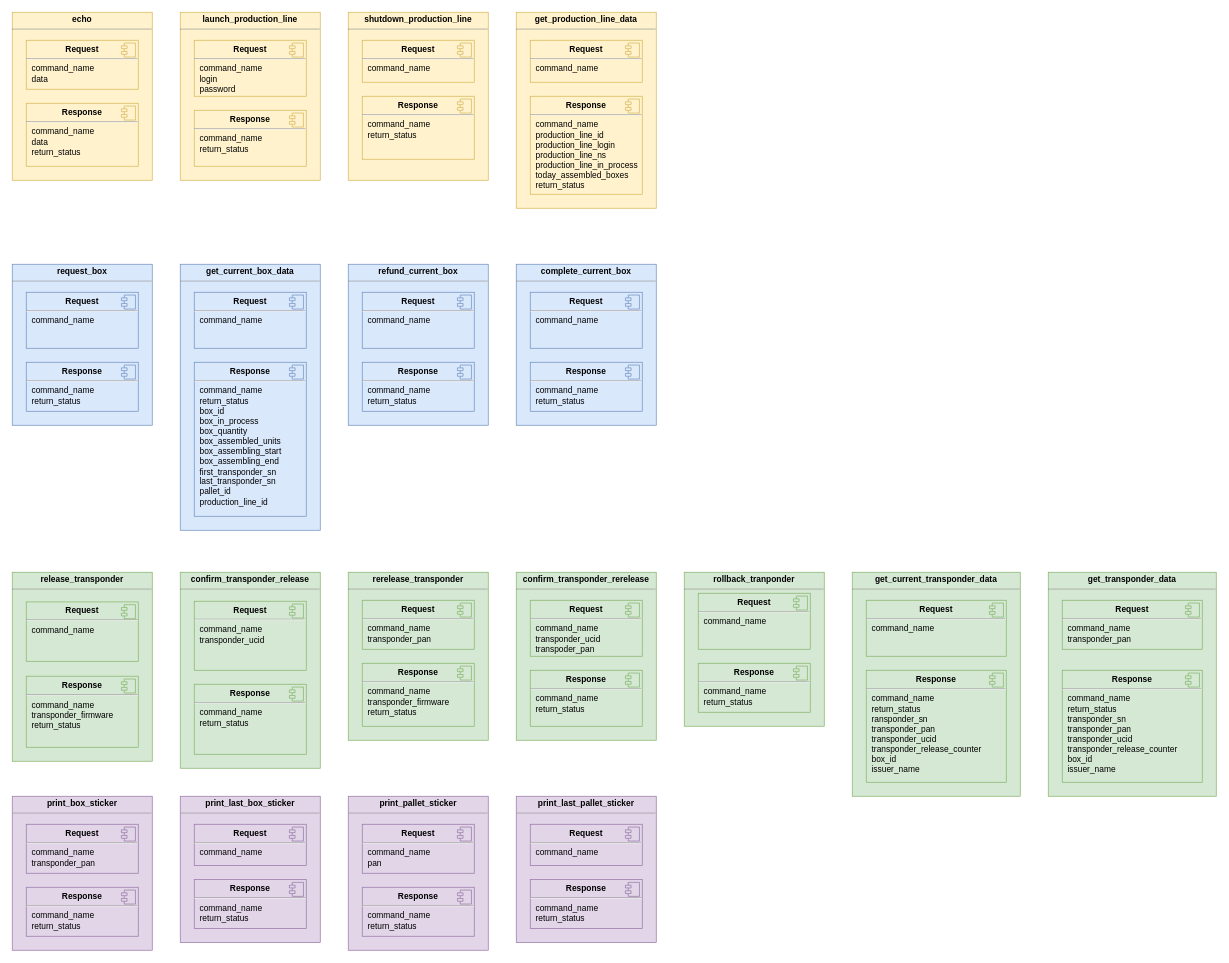
SultanLenvu/PersoServer keeps this draw.io diagram as Doc/Protocol.drawio. Above is the earlier version. Source tidied: cells renumbered, new cells numbered last; positions are measured from the earlier drawing's top-left corner, leaving out a move shared by most shapes. Both pictures are drawn from the tidied source at 70%, with x=0, y=0 at pixel (12, 12).
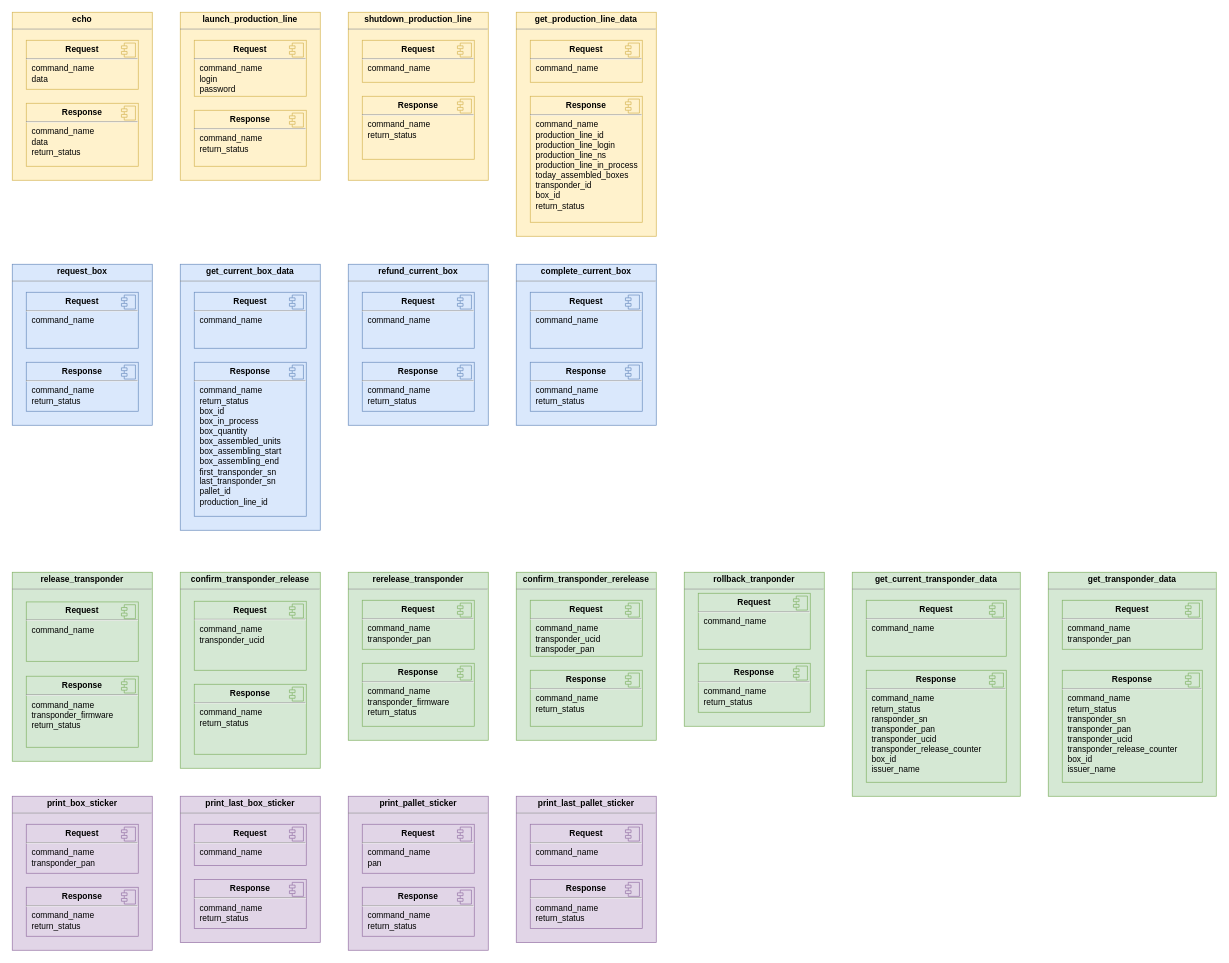
The same diagram, later.

Diff of the diagram source:
```diff
@@
     <mxCell id="92" value="&lt;p style=&quot;text-align: center ; margin: 4px 0px 0px&quot;&gt;&lt;b&gt;get_production_line_data&lt;/b&gt;&lt;/p&gt;&lt;hr size=&quot;1&quot;&gt;&lt;div style=&quot;height: 2px&quot;&gt;&lt;/div&gt;" style="verticalAlign=top;align=left;overflow=fill;fontSize=12;fontFamily=Helvetica;html=1;fillColor=#fff2cc;strokeColor=#d6b656;" parent="1" vertex="1">
-      <mxGeometry x="720" width="200" height="280" as="geometry" />
+      <mxGeometry x="720" width="200" height="320" as="geometry" />
     </mxCell>
@@
-    <mxCell id="95" value="&lt;p style=&quot;margin: 0px ; margin-top: 6px ; text-align: center&quot;&gt;&lt;span style=&quot;text-align: left&quot;&gt;&lt;b&gt;Response&lt;/b&gt;&lt;/span&gt;&lt;br&gt;&lt;/p&gt;&lt;hr&gt;&lt;p style=&quot;margin: 0px 0px 0px 8px&quot;&gt;command_name&lt;br&gt;&lt;/p&gt;&lt;p style=&quot;margin: 0px 0px 0px 8px&quot;&gt;production_line_id&lt;/p&gt;&lt;p style=&quot;margin: 0px 0px 0px 8px&quot;&gt;production_line_login&lt;/p&gt;&lt;p style=&quot;margin: 0px 0px 0px 8px&quot;&gt;production_line_ns&lt;/p&gt;&lt;p style=&quot;margin: 0px 0px 0px 8px&quot;&gt;production_line_in_process&lt;/p&gt;&lt;p style=&quot;margin: 0px 0px 0px 8px&quot;&gt;today_assembled_boxes&lt;/p&gt;&lt;p style=&quot;margin: 0px 0px 0px 8px&quot;&gt;&lt;span&gt;return_status&lt;/span&gt;&lt;br&gt;&lt;/p&gt;&lt;p style=&quot;margin: 0px ; margin-left: 8px&quot;&gt;&lt;br&gt;&lt;/p&gt;&lt;p style=&quot;margin: 0px ; margin-left: 8px&quot;&gt;&lt;br&gt;&lt;/p&gt;" style="align=left;overflow=fill;html=1;fillColor=#fff2cc;strokeColor=#d6b656;" parent="1" vertex="1">
-      <mxGeometry x="740" y="120" width="160" height="140" as="geometry" />
+    <mxCell id="95" value="&lt;p style=&quot;margin: 0px ; margin-top: 6px ; text-align: center&quot;&gt;&lt;span style=&quot;text-align: left&quot;&gt;&lt;b&gt;Response&lt;/b&gt;&lt;/span&gt;&lt;br&gt;&lt;/p&gt;&lt;hr&gt;&lt;p style=&quot;margin: 0px 0px 0px 8px&quot;&gt;command_name&lt;br&gt;&lt;/p&gt;&lt;p style=&quot;margin: 0px 0px 0px 8px&quot;&gt;production_line_id&lt;/p&gt;&lt;p style=&quot;margin: 0px 0px 0px 8px&quot;&gt;production_line_login&lt;/p&gt;&lt;p style=&quot;margin: 0px 0px 0px 8px&quot;&gt;production_line_ns&lt;/p&gt;&lt;p style=&quot;margin: 0px 0px 0px 8px&quot;&gt;production_line_in_process&lt;/p&gt;&lt;p style=&quot;margin: 0px 0px 0px 8px&quot;&gt;today_assembled_boxes&lt;/p&gt;&lt;p style=&quot;margin: 0px 0px 0px 8px&quot;&gt;transponder_id&lt;/p&gt;&lt;p style=&quot;margin: 0px 0px 0px 8px&quot;&gt;box_id&lt;/p&gt;&lt;p style=&quot;margin: 0px 0px 0px 8px&quot;&gt;&lt;span&gt;return_status&lt;/span&gt;&lt;br&gt;&lt;/p&gt;&lt;p style=&quot;margin: 0px ; margin-left: 8px&quot;&gt;&lt;br&gt;&lt;/p&gt;&lt;p style=&quot;margin: 0px ; margin-left: 8px&quot;&gt;&lt;br&gt;&lt;/p&gt;" style="align=left;overflow=fill;html=1;fillColor=#fff2cc;strokeColor=#d6b656;" parent="1" vertex="1">
+      <mxGeometry x="740" y="120" width="160" height="180" as="geometry" />
     </mxCell>
```
